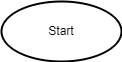
XLmT09/Bunny-Robot keeps this draw.io diagram as Final submission/ControlFlow.png. Above is the earlier version. Source tidied: cells renumbered, new cells last; positions are measured from the earlier drawing's top-left corner, leaving out a move shared by most shapes.
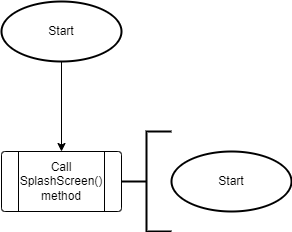
After the commit.

Diff of the diagram source:
```diff
@@ -2,11 +2,35 @@
   <root>
     <mxCell id="0" />
     <mxCell id="1" parent="0" />
+    <mxCell id="4" style="edgeStyle=orthogonalEdgeStyle;rounded=0;jettySize=auto;html=1;exitX=0.5;exitY=1;exitDx=0;exitDy=0;exitPerimeter=0;entryX=0.5;entryY=0;entryDx=0;entryDy=0;" parent="1" edge="1" source="2" target="5">
+      <mxGeometry relative="1" as="geometry" />
+    </mxCell>
+    <mxCell id="5" style="verticalLabelPosition=bottom;verticalAlign=top;html=1;shape=process;whiteSpace=wrap;rounded=1;size=0.14;arcSize=6;" parent="1" vertex="1">
+      <mxGeometry y="150" width="120" height="60" as="geometry" />
+    </mxCell>
+    <mxCell id="6" value="Call SplashScreen() method" style="text;html=1;strokeColor=none;fillColor=none;align=center;verticalAlign=middle;whiteSpace=wrap;rounded=0;" parent="1" vertex="1">
+      <mxGeometry x="30" y="165" width="60" height="30" as="geometry" />
+    </mxCell>
+    <mxCell id="7" style="strokeWidth=2;html=1;shape=mxgraph.flowchart.annotation_2;align=left;labelPosition=right;" parent="1" vertex="1">
+      <mxGeometry x="120" y="130" width="50" height="100" as="geometry" />
+    </mxCell>
+    <mxCell id="8" style="group;" parent="1" vertex="1">
+      <mxGeometry width="120" height="60" as="geometry" />
+    </mxCell>
-    <mxCell id="2" style="strokeWidth=2;html=1;shape=mxgraph.flowchart.start_1;whiteSpace=wrap;" parent="1" vertex="1">
+    <mxCell id="2" style="strokeWidth=2;html=1;shape=mxgraph.flowchart.start_1;whiteSpace=wrap;" parent="8" vertex="1">
       <mxGeometry width="120" height="60" as="geometry" />
     </mxCell>
-    <mxCell id="3" value="Start" style="text;html=1;strokeColor=none;fillColor=none;align=center;verticalAlign=middle;whiteSpace=wrap;rounded=0;" parent="1" vertex="1">
+    <mxCell id="3" value="Start" style="text;html=1;strokeColor=none;fillColor=none;align=center;verticalAlign=middle;whiteSpace=wrap;rounded=0;" parent="8" vertex="1">
       <mxGeometry x="30" y="15" width="60" height="30" as="geometry" />
     </mxCell>
+    <mxCell id="9" style="group;" parent="1" vertex="1">
+      <mxGeometry x="170" y="150" width="120" height="60" as="geometry" />
+    </mxCell>
+    <mxCell id="10" style="strokeWidth=2;html=1;shape=mxgraph.flowchart.start_1;whiteSpace=wrap;" parent="9" vertex="1">
+      <mxGeometry width="120" height="60" as="geometry" />
+    </mxCell>
+    <mxCell id="11" value="Start" style="text;html=1;strokeColor=none;fillColor=none;align=center;verticalAlign=middle;whiteSpace=wrap;rounded=0;" parent="9" vertex="1">
+      <mxGeometry x="30" y="15" width="60" height="30" as="geometry" />
+    </mxCell>
   </root>
 </mxGraphModel>
```
